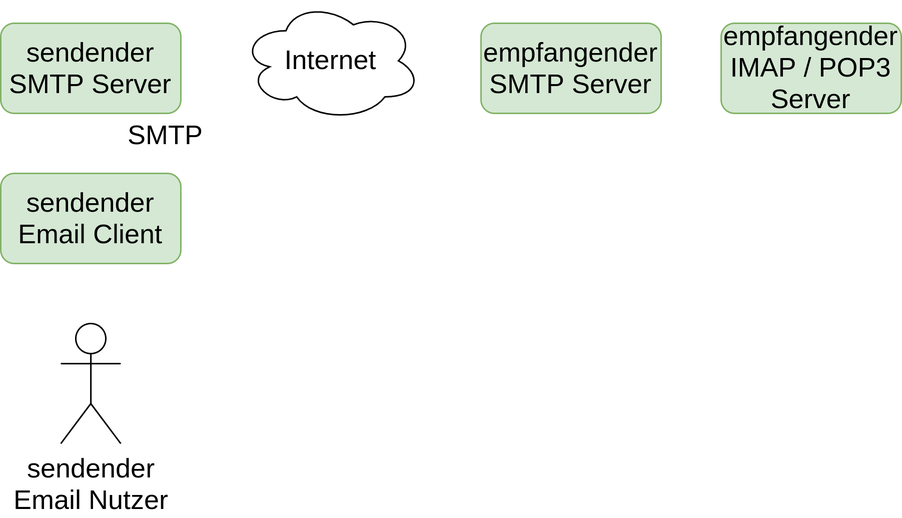
Above: vortrag/media/mail-server-connection-06.png in noahvogt/texdiary (draw.io), before the change. Source tidied: cells renumbered, new cells last; positions are measured from the earlier drawing's top-left corner, leaving out a move shared by most shapes. The source it was exported from:
```xml
<mxGraphModel>
  <root>
    <mxCell id="0" />
    <mxCell id="1" parent="0" />
    <mxCell id="2" value="&lt;font style=&quot;font-size: 18px&quot;&gt;sendender&lt;br&gt;Email Nutzer&lt;/font&gt;" style="shape=umlActor;verticalLabelPosition=bottom;verticalAlign=top;html=1;" parent="1" vertex="1">
      <mxGeometry x="40" y="215" width="40" height="80" as="geometry" />
    </mxCell>
    <mxCell id="3" value="&lt;font style=&quot;font-size: 18px&quot;&gt;sendender&lt;br&gt;Email Client&lt;/font&gt;" style="rounded=1;whiteSpace=wrap;html=1;fillColor=#d5e8d4;strokeColor=#82b366;" parent="1" vertex="1">
      <mxGeometry y="115" width="120" height="60" as="geometry" />
    </mxCell>
    <mxCell id="4" value="&lt;font style=&quot;font-size: 18px&quot;&gt;sendender&lt;br&gt;SMTP Server&lt;/font&gt;" style="rounded=1;whiteSpace=wrap;html=1;fillColor=#d5e8d4;strokeColor=#82b366;" parent="1" vertex="1">
      <mxGeometry y="15" width="120" height="60" as="geometry" />
    </mxCell>
    <mxCell id="5" value="SMTP" style="text;html=1;strokeColor=none;fillColor=none;align=center;verticalAlign=middle;whiteSpace=wrap;rounded=0;fontSize=18;" parent="1" vertex="1">
      <mxGeometry x="80" y="75" width="60" height="30" as="geometry" />
    </mxCell>
    <mxCell id="6" value="Internet" style="ellipse;shape=cloud;whiteSpace=wrap;html=1;fontSize=18;" parent="1" vertex="1">
      <mxGeometry x="160" width="120" height="80" as="geometry" />
    </mxCell>
    <mxCell id="7" value="&lt;font style=&quot;font-size: 18px&quot;&gt;empfangender&lt;br&gt;SMTP Server&lt;/font&gt;" style="rounded=1;whiteSpace=wrap;html=1;fillColor=#d5e8d4;strokeColor=#82b366;" parent="1" vertex="1">
      <mxGeometry x="320" y="15" width="120" height="60" as="geometry" />
    </mxCell>
    <mxCell id="8" value="&lt;font style=&quot;font-size: 18px&quot;&gt;empfangender&lt;br&gt;IMAP / POP3 Server&lt;/font&gt;" style="rounded=1;whiteSpace=wrap;html=1;fillColor=#d5e8d4;strokeColor=#82b366;" parent="1" vertex="1">
      <mxGeometry x="480" y="15" width="120" height="60" as="geometry" />
    </mxCell>
  </root>
</mxGraphModel>
```
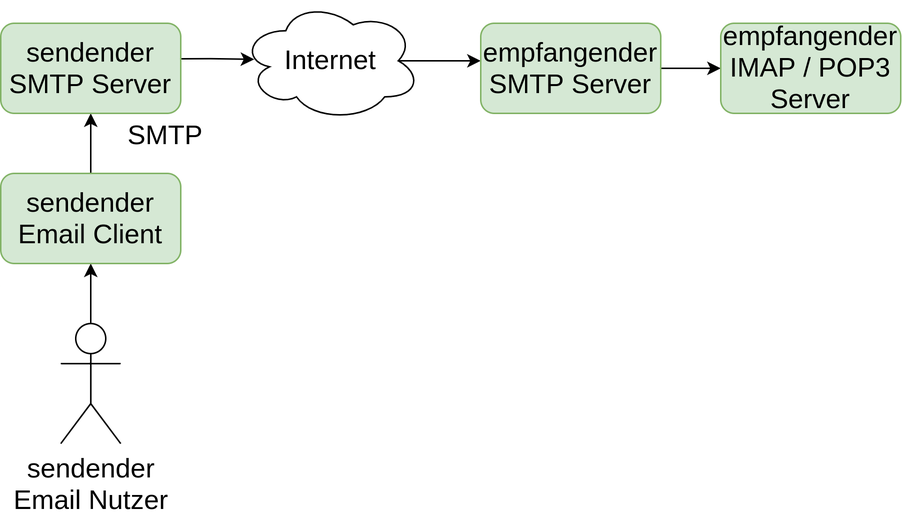
The same diagram one commit later.

What changed in the source:
```diff
@@ -2,26 +2,41 @@
   <root>
     <mxCell id="0" />
     <mxCell id="1" parent="0" />
-    <mxCell id="2" value="&lt;font style=&quot;font-size: 18px&quot;&gt;sendender&lt;br&gt;Email Nutzer&lt;/font&gt;" style="shape=umlActor;verticalLabelPosition=bottom;verticalAlign=top;html=1;" parent="1" vertex="1">
-      <mxGeometry x="40" y="215" width="40" height="80" as="geometry" />
+    <mxCell id="2" style="edgeStyle=orthogonalEdgeStyle;rounded=0;jettySize=auto;html=1;entryX=0.5;entryY=1;entryDx=0;entryDy=0;" parent="1" edge="1" source="3" target="5">
+      <mxGeometry relative="1" as="geometry" />
     </mxCell>
-    <mxCell id="3" value="&lt;font style=&quot;font-size: 18px&quot;&gt;sendender&lt;br&gt;Email Client&lt;/font&gt;" style="rounded=1;whiteSpace=wrap;html=1;fillColor=#d5e8d4;strokeColor=#82b366;" parent="1" vertex="1">
-      <mxGeometry y="115" width="120" height="60" as="geometry" />
+    <mxCell id="3" value="&lt;font style=&quot;font-size: 18px&quot;&gt;sendender&lt;br&gt;Email Nutzer&lt;/font&gt;" style="shape=umlActor;verticalLabelPosition=bottom;verticalAlign=top;html=1;outlineConnect=0;" parent="1" vertex="1">
+      <mxGeometry x="40" y="215" width="40" height="80" as="geometry" />
     </mxCell>
-    <mxCell id="4" value="&lt;font style=&quot;font-size: 18px&quot;&gt;sendender&lt;br&gt;SMTP Server&lt;/font&gt;" style="rounded=1;whiteSpace=wrap;html=1;fillColor=#d5e8d4;strokeColor=#82b366;" parent="1" vertex="1">
-      <mxGeometry y="15" width="120" height="60" as="geometry" />
+    <mxCell id="4" style="edgeStyle=orthogonalEdgeStyle;rounded=0;jettySize=auto;html=1;entryX=0.5;entryY=1;entryDx=0;entryDy=0;fontSize=18;" parent="1" edge="1" source="5" target="7">
+      <mxGeometry relative="1" as="geometry" />
     </mxCell>
-    <mxCell id="5" value="SMTP" style="text;html=1;strokeColor=none;fillColor=none;align=center;verticalAlign=middle;whiteSpace=wrap;rounded=0;fontSize=18;" parent="1" vertex="1">
-      <mxGeometry x="80" y="75" width="60" height="30" as="geometry" />
+    <mxCell id="5" value="&lt;font style=&quot;font-size: 18px&quot;&gt;sendender&lt;br&gt;Email Client&lt;/font&gt;" style="rounded=1;whiteSpace=wrap;html=1;fillColor=#d5e8d4;strokeColor=#82b366;" parent="1" vertex="1">
+      <mxGeometry y="115" width="120" height="60" as="geometry" />
     </mxCell>
-    <mxCell id="6" value="Internet" style="ellipse;shape=cloud;whiteSpace=wrap;html=1;fontSize=18;" parent="1" vertex="1">
-      <mxGeometry x="160" width="120" height="80" as="geometry" />
+    <mxCell id="6" style="edgeStyle=orthogonalEdgeStyle;rounded=0;jettySize=auto;html=1;entryX=0.075;entryY=0.488;entryDx=0;entryDy=0;entryPerimeter=0;fontSize=18;exitX=0.998;exitY=0.394;exitDx=0;exitDy=0;exitPerimeter=0;" parent="1" edge="1" source="7" target="10">
+      <mxGeometry relative="1" as="geometry" />
     </mxCell>
-    <mxCell id="7" value="&lt;font style=&quot;font-size: 18px&quot;&gt;empfangender&lt;br&gt;SMTP Server&lt;/font&gt;" style="rounded=1;whiteSpace=wrap;html=1;fillColor=#d5e8d4;strokeColor=#82b366;" parent="1" vertex="1">
-      <mxGeometry x="320" y="15" width="120" height="60" as="geometry" />
+    <mxCell id="7" value="&lt;font style=&quot;font-size: 18px&quot;&gt;sendender&lt;br&gt;SMTP Server&lt;/font&gt;" style="rounded=1;whiteSpace=wrap;html=1;fillColor=#d5e8d4;strokeColor=#82b366;" parent="1" vertex="1">
+      <mxGeometry y="15" width="120" height="60" as="geometry" />
     </mxCell>
-    <mxCell id="8" value="&lt;font style=&quot;font-size: 18px&quot;&gt;empfangender&lt;br&gt;IMAP / POP3 Server&lt;/font&gt;" style="rounded=1;whiteSpace=wrap;html=1;fillColor=#d5e8d4;strokeColor=#82b366;" parent="1" vertex="1">
-      <mxGeometry x="480" y="15" width="120" height="60" as="geometry" />
+    <mxCell id="8" value="SMTP" style="text;html=1;strokeColor=none;fillColor=none;align=center;verticalAlign=middle;whiteSpace=wrap;rounded=0;fontSize=18;" parent="1" vertex="1">
+      <mxGeometry x="80" y="75" width="60" height="30" as="geometry" />
     </mxCell>
+    <mxCell id="9" style="edgeStyle=orthogonalEdgeStyle;rounded=0;jettySize=auto;html=1;exitX=0.875;exitY=0.5;exitDx=0;exitDy=0;exitPerimeter=0;fontSize=18;entryX=0;entryY=0.417;entryDx=0;entryDy=0;entryPerimeter=0;" parent="1" edge="1" source="10" target="12">
+      <mxGeometry relative="1" as="geometry" />
+    </mxCell>
+    <mxCell id="10" value="Internet" style="ellipse;shape=cloud;whiteSpace=wrap;html=1;fontSize=18;" parent="1" vertex="1">
+      <mxGeometry x="160" width="120" height="80" as="geometry" />
+    </mxCell>
+    <mxCell id="11" style="edgeStyle=orthogonalEdgeStyle;rounded=0;jettySize=auto;html=1;entryX=0;entryY=0.5;entryDx=0;entryDy=0;fontSize=18;" parent="1" edge="1" source="12" target="13">
+      <mxGeometry relative="1" as="geometry" />
+    </mxCell>
+    <mxCell id="12" value="&lt;font style=&quot;font-size: 18px&quot;&gt;empfangender&lt;br&gt;SMTP Server&lt;/font&gt;" style="rounded=1;whiteSpace=wrap;html=1;fillColor=#d5e8d4;strokeColor=#82b366;" parent="1" vertex="1">
+      <mxGeometry x="320" y="15" width="120" height="60" as="geometry" />
+    </mxCell>
+    <mxCell id="13" value="&lt;font style=&quot;font-size: 18px&quot;&gt;empfangender&lt;br&gt;IMAP / POP3 Server&lt;/font&gt;" style="rounded=1;whiteSpace=wrap;html=1;fillColor=#d5e8d4;strokeColor=#82b366;" parent="1" vertex="1">
+      <mxGeometry x="480" y="15" width="120" height="60" as="geometry" />
+    </mxCell>
   </root>
 </mxGraphModel>
```
